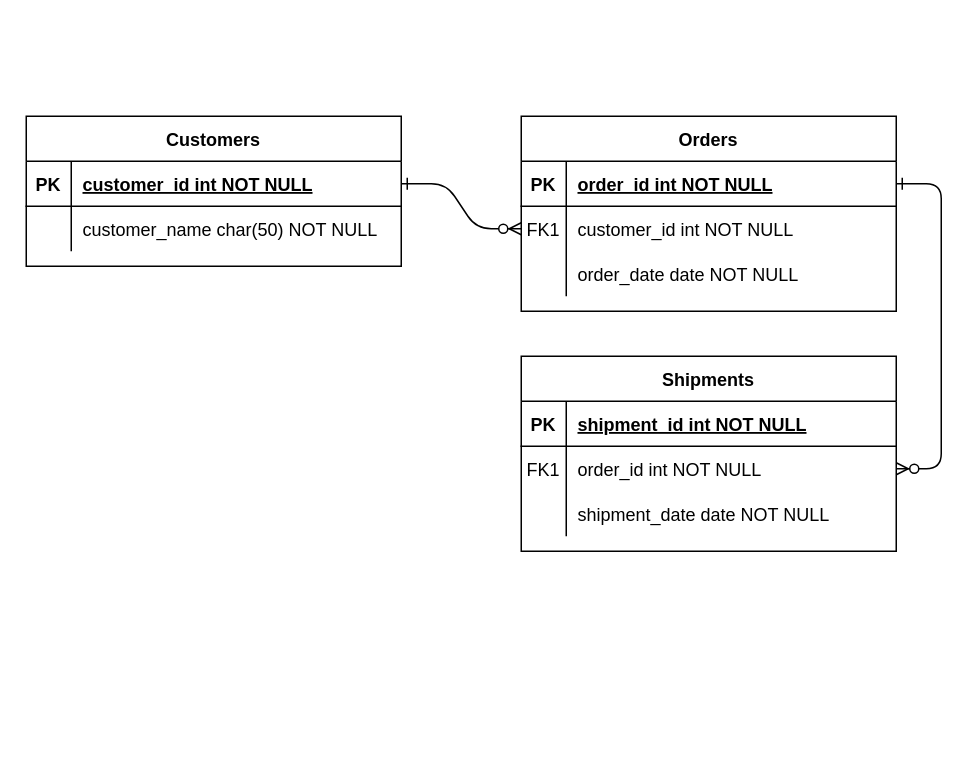
The draw.io diagram Temp/ER_diagram.drawio in namyoungjun96/3rd_party_login, before the edit. Source tidied: cells renumbered, new cells numbered last; positions are measured from the earlier drawing's top-left corner, leaving out a move shared by most shapes. Both pictures are drawn from the tidied source at 150%, with x=0, y=0 at pixel (26, 116).
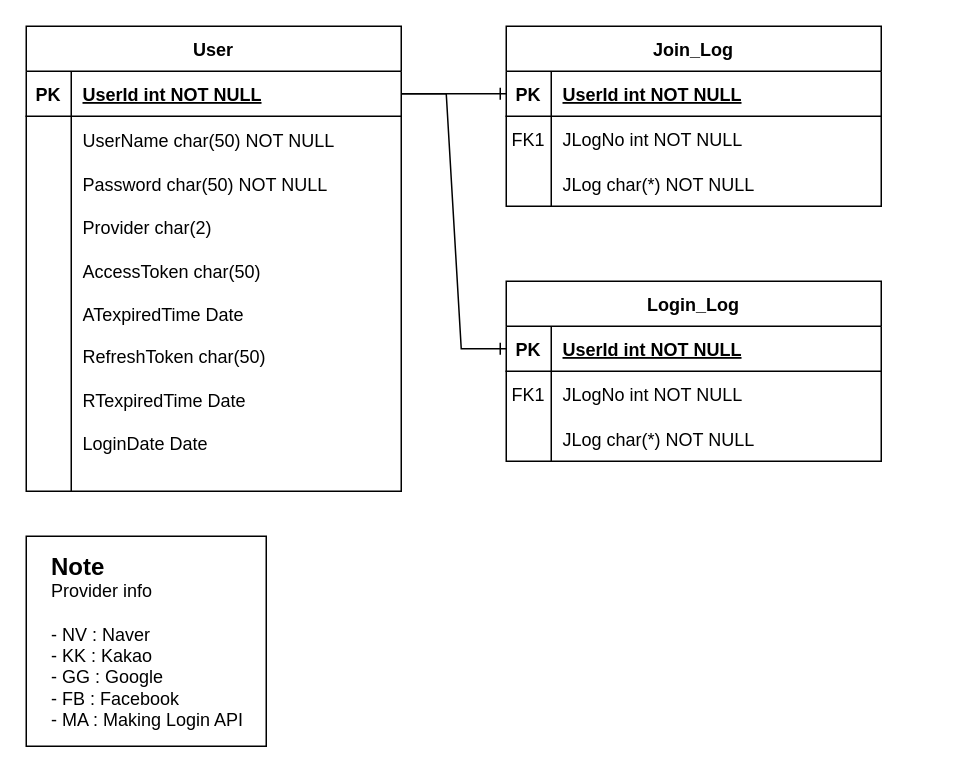
The same page after the edit.

Unchanged cells that the change refers to:
```xml
<mxCell id="5" style="shape=partialRectangle;fillColor=none;points=[[0,0.5],[1,0.5]];portConstraint=eastwest;top=0;left=0;right=0;bottom=1;" parent="4" vertex="1">
  <mxGeometry y="30" width="250" height="30" as="geometry" />
</mxCell>
<mxCell id="8" style="shape=partialRectangle;fillColor=none;points=[[0,0.5],[1,0.5]];portConstraint=eastwest;top=0;left=0;right=0;bottom=0;" parent="4" vertex="1">
  <mxGeometry y="60" width="250" height="30" as="geometry" />
</mxCell>
<mxCell id="11" style="shape=partialRectangle;fillColor=none;top=0;left=0;right=0;bottom=0;" parent="4" vertex="1">
  <mxGeometry y="90" width="250" height="30" as="geometry" />
</mxCell>
<mxCell id="25" style="shape=partialRectangle;fillColor=none;points=[[0,0.5],[1,0.5]];portConstraint=eastwest;top=0;left=0;right=0;bottom=1;" parent="24" vertex="1">
  <mxGeometry y="30" width="250" height="30" as="geometry" />
</mxCell>
```

What changed in the source:
```diff
@@
-    <mxCell id="2" style="edgeStyle=entityRelationEdgeStyle;endArrow=ERzeroToMany;startArrow=ERone;endFill=1;startFill=0;" parent="1" edge="1" source="25" target="8">
-      <mxGeometry relative="1" as="geometry" />
-    </mxCell>
-    <mxCell id="3" style="edgeStyle=entityRelationEdgeStyle;endArrow=ERzeroToMany;startArrow=ERone;endFill=1;startFill=0;" parent="1" edge="1" source="5" target="18">
-      <mxGeometry relative="1" as="geometry" />
-    </mxCell>
-    <mxCell id="4" value="Orders" style="shape=table;startSize=30;childLayout=tableLayout;rowLines=0;fontStyle=1;align=center;" parent="1" vertex="1">
-      <mxGeometry x="330" width="250" height="130" as="geometry" />
+    <mxCell id="4" value="Join_Log" style="shape=table;startSize=30;childLayout=tableLayout;rowLines=0;fontStyle=1;align=center;" parent="1" vertex="1">
+      <mxGeometry x="320" y="-60" width="250" height="120" as="geometry" />
     </mxCell>
@@
-    <mxCell id="7" value="order_id int NOT NULL " style="shape=partialRectangle;overflow=hidden;fillColor=none;top=0;left=0;bottom=0;right=0;align=left;spacingLeft=6;fontStyle=5;" parent="5" vertex="1">
+    <mxCell id="7" value="UserId int NOT NULL " style="shape=partialRectangle;overflow=hidden;fillColor=none;top=0;left=0;bottom=0;right=0;align=left;spacingLeft=6;fontStyle=5;" parent="5" vertex="1">
       <mxGeometry x="30" width="220" height="30" as="geometry" />
     </mxCell>
@@
-    <mxCell id="10" value="customer_id int NOT NULL" style="shape=partialRectangle;overflow=hidden;fillColor=none;top=0;left=0;bottom=0;right=0;align=left;spacingLeft=6;" parent="8" vertex="1">
+    <mxCell id="10" value="JLogNo int NOT NULL" style="shape=partialRectangle;overflow=hidden;fillColor=none;top=0;left=0;bottom=0;right=0;align=left;spacingLeft=6;" parent="8" vertex="1">
       <mxGeometry x="30" width="220" height="30" as="geometry" />
     </mxCell>
@@
-    <mxCell id="13" value="order_date date NOT NULL" style="shape=partialRectangle;overflow=hidden;fillColor=none;top=0;left=0;bottom=0;right=0;align=left;spacingLeft=6;" parent="11" vertex="1">
+    <mxCell id="13" value="JLog char(*) NOT NULL" style="shape=partialRectangle;overflow=hidden;fillColor=none;top=0;left=0;bottom=0;right=0;align=left;spacingLeft=6;fontStyle=0;" parent="11" vertex="1">
       <mxGeometry x="30" width="220" height="30" as="geometry" />
     </mxCell>
-    <mxCell id="14" value="Shipments" style="shape=table;startSize=30;childLayout=tableLayout;rowLines=0;fontStyle=1;align=center;" parent="1" vertex="1">
-      <mxGeometry x="330" y="160" width="250" height="130" as="geometry" />
-    </mxCell>
-    <mxCell id="15" style="shape=partialRectangle;fillColor=none;points=[[0,0.5],[1,0.5]];portConstraint=eastwest;top=0;left=0;right=0;bottom=1;" parent="14" vertex="1">
-      <mxGeometry y="30" width="250" height="30" as="geometry" />
-    </mxCell>
-    <mxCell id="16" value="PK" style="shape=partialRectangle;overflow=hidden;fillColor=none;top=0;left=0;bottom=0;right=0;fontStyle=1;" parent="15" vertex="1">
-      <mxGeometry width="30" height="30" as="geometry" />
-    </mxCell>
-    <mxCell id="17" value="shipment_id int NOT NULL " style="shape=partialRectangle;overflow=hidden;fillColor=none;top=0;left=0;bottom=0;right=0;align=left;spacingLeft=6;fontStyle=5;" parent="15" vertex="1">
-      <mxGeometry x="30" width="220" height="30" as="geometry" />
-    </mxCell>
-    <mxCell id="18" style="shape=partialRectangle;fillColor=none;points=[[0,0.5],[1,0.5]];portConstraint=eastwest;top=0;left=0;right=0;bottom=0;" parent="14" vertex="1">
-      <mxGeometry y="60" width="250" height="30" as="geometry" />
-    </mxCell>
-    <mxCell id="19" value="FK1" style="shape=partialRectangle;overflow=hidden;fillColor=none;top=0;left=0;bottom=0;right=0;" parent="18" vertex="1">
-      <mxGeometry width="30" height="30" as="geometry" />
-    </mxCell>
-    <mxCell id="20" value="order_id int NOT NULL" style="shape=partialRectangle;overflow=hidden;fillColor=none;top=0;left=0;bottom=0;right=0;align=left;spacingLeft=6;" parent="18" vertex="1">
-      <mxGeometry x="30" width="220" height="30" as="geometry" />
-    </mxCell>
-    <mxCell id="21" style="shape=partialRectangle;fillColor=none;top=0;left=0;right=0;bottom=0;" parent="14" vertex="1">
-      <mxGeometry y="90" width="250" height="30" as="geometry" />
-    </mxCell>
-    <mxCell id="22" style="shape=partialRectangle;overflow=hidden;fillColor=none;top=0;left=0;bottom=0;right=0;" parent="21" vertex="1">
-      <mxGeometry width="30" height="30" as="geometry" />
-    </mxCell>
-    <mxCell id="23" value="shipment_date date NOT NULL" style="shape=partialRectangle;overflow=hidden;fillColor=none;top=0;left=0;bottom=0;right=0;align=left;spacingLeft=6;" parent="21" vertex="1">
-      <mxGeometry x="30" width="220" height="30" as="geometry" />
-    </mxCell>
-    <mxCell id="24" value="Customers" style="shape=table;startSize=30;childLayout=tableLayout;rowLines=0;fontStyle=1;align=center;" parent="1" vertex="1">
-      <mxGeometry width="250" height="100" as="geometry" />
+    <mxCell id="24" value="User" style="shape=table;startSize=30;childLayout=tableLayout;rowLines=0;fontStyle=1;align=center;" parent="1" vertex="1">
+      <mxGeometry y="-60" width="250" height="310" as="geometry" />
     </mxCell>
@@
-    <mxCell id="27" value="customer_id int NOT NULL " style="shape=partialRectangle;overflow=hidden;fillColor=none;top=0;left=0;bottom=0;right=0;align=left;spacingLeft=6;fontStyle=5;" parent="25" vertex="1">
+    <mxCell id="27" value="UserId int NOT NULL " style="shape=partialRectangle;overflow=hidden;fillColor=none;top=0;left=0;bottom=0;right=0;align=left;spacingLeft=6;fontStyle=5;" parent="25" vertex="1">
       <mxGeometry x="30" width="220" height="30" as="geometry" />
     </mxCell>
     <mxCell id="28" style="shape=partialRectangle;fillColor=none;top=0;left=0;right=0;bottom=0;" parent="24" vertex="1">
-      <mxGeometry y="60" width="250" height="30" as="geometry" />
+      <mxGeometry y="60" width="250" height="250" as="geometry" />
     </mxCell>
     <mxCell id="29" style="shape=partialRectangle;overflow=hidden;fillColor=none;top=0;left=0;bottom=0;right=0;" parent="28" vertex="1">
-      <mxGeometry width="30" height="30" as="geometry" />
+      <mxGeometry width="30" height="250" as="geometry" />
     </mxCell>
-    <mxCell id="30" value="customer_name char(50) NOT NULL" style="shape=partialRectangle;overflow=hidden;fillColor=none;top=0;left=0;bottom=0;right=0;align=left;spacingLeft=6;" parent="28" vertex="1">
-      <mxGeometry x="30" width="220" height="30" as="geometry" />
+    <mxCell id="30" value="UserName char(50) NOT NULL&#10;&#10;Password char(50) NOT NULL&#10;&#10;Provider char(2) &#10;&#10;AccessToken char(50) &#10;&#10;ATexpiredTime Date &#10;&#10;RefreshToken char(50) &#10;&#10;RTexpiredTime Date &#10;&#10;LoginDate Date &#10;" style="shape=partialRectangle;overflow=hidden;fillColor=none;top=0;left=0;bottom=0;right=0;align=left;spacingLeft=6;spacingBottom=0;verticalAlign=middle;whiteSpace=wrap;" parent="28" vertex="1">
+      <mxGeometry x="30" width="220" height="250" as="geometry" />
     </mxCell>
+    <mxCell id="31" value="Login_Log" style="shape=table;startSize=30;childLayout=tableLayout;rowLines=0;fontStyle=1;align=center;" parent="1" vertex="1">
+      <mxGeometry x="320" y="110" width="250" height="120" as="geometry" />
+    </mxCell>
+    <mxCell id="15" style="shape=partialRectangle;fillColor=none;points=[[0,0.5],[1,0.5]];portConstraint=eastwest;top=0;left=0;right=0;bottom=1;" parent="31" vertex="1">
+      <mxGeometry y="30" width="250" height="30" as="geometry" />
+    </mxCell>
+    <mxCell id="16" value="PK" style="shape=partialRectangle;overflow=hidden;fillColor=none;top=0;left=0;bottom=0;right=0;fontStyle=1;" parent="15" vertex="1">
+      <mxGeometry width="30" height="30" as="geometry" />
+    </mxCell>
+    <mxCell id="32" value="UserId int NOT NULL " style="shape=partialRectangle;overflow=hidden;fillColor=none;top=0;left=0;bottom=0;right=0;align=left;spacingLeft=6;fontStyle=5;" parent="15" vertex="1">
+      <mxGeometry x="30" width="220" height="30" as="geometry" />
+    </mxCell>
+    <mxCell id="18" style="shape=partialRectangle;fillColor=none;points=[[0,0.5],[1,0.5]];portConstraint=eastwest;top=0;left=0;right=0;bottom=0;" parent="31" vertex="1">
+      <mxGeometry y="60" width="250" height="30" as="geometry" />
+    </mxCell>
+    <mxCell id="19" value="FK1" style="shape=partialRectangle;overflow=hidden;fillColor=none;top=0;left=0;bottom=0;right=0;" parent="18" vertex="1">
+      <mxGeometry width="30" height="30" as="geometry" />
+    </mxCell>
+    <mxCell id="33" value="JLogNo int NOT NULL" style="shape=partialRectangle;overflow=hidden;fillColor=none;top=0;left=0;bottom=0;right=0;align=left;spacingLeft=6;" parent="18" vertex="1">
+      <mxGeometry x="30" width="220" height="30" as="geometry" />
+    </mxCell>
+    <mxCell id="21" style="shape=partialRectangle;fillColor=none;top=0;left=0;right=0;bottom=0;" parent="31" vertex="1">
+      <mxGeometry y="90" width="250" height="30" as="geometry" />
+    </mxCell>
+    <mxCell id="22" style="shape=partialRectangle;overflow=hidden;fillColor=none;top=0;left=0;bottom=0;right=0;" parent="21" vertex="1">
+      <mxGeometry width="30" height="30" as="geometry" />
+    </mxCell>
+    <mxCell id="34" value="JLog char(*) NOT NULL" style="shape=partialRectangle;overflow=hidden;fillColor=none;top=0;left=0;bottom=0;right=0;align=left;spacingLeft=6;fontStyle=0;" parent="21" vertex="1">
+      <mxGeometry x="30" width="220" height="30" as="geometry" />
+    </mxCell>
+    <mxCell id="35" style="edgeStyle=entityRelationEdgeStyle;fontSize=12;html=1;endArrow=ERone;endFill=1;rounded=0;entryX=0;entryY=0.5;entryDx=0;entryDy=0;" parent="1" edge="1" target="5">
+      <mxGeometry relative="1" as="geometry">
+        <mxPoint x="250" y="-15" as="sourcePoint" />
+      </mxGeometry>
+    </mxCell>
+    <mxCell id="36" style="edgeStyle=entityRelationEdgeStyle;fontSize=12;html=1;endArrow=ERone;endFill=1;rounded=0;exitX=1;exitY=0.5;exitDx=0;exitDy=0;entryX=0;entryY=0.5;entryDx=0;entryDy=0;" parent="1" edge="1" source="25" target="15">
+      <mxGeometry relative="1" as="geometry" />
+    </mxCell>
+    <mxCell id="37" value="&lt;blockquote style=&quot;margin: 0 0 0 40px; border: none; padding: 0px;&quot;&gt;&lt;/blockquote&gt;&lt;b style=&quot;background-color: initial;&quot;&gt;&lt;font style=&quot;font-size: 16px;&quot;&gt;Note&lt;/font&gt;&lt;/b&gt;&lt;br&gt;Provider info&lt;br&gt;&lt;br&gt;&lt;blockquote style=&quot;margin: 0 0 0 40px; border: none; padding: 0px;&quot;&gt;&lt;/blockquote&gt;&lt;span style=&quot;background-color: initial;&quot;&gt;- NV : Naver&lt;/span&gt;&lt;br&gt;&lt;blockquote style=&quot;margin: 0 0 0 40px; border: none; padding: 0px;&quot;&gt;&lt;/blockquote&gt;&lt;span style=&quot;background-color: initial;&quot;&gt;- KK : Kakao&lt;/span&gt;&lt;br&gt;&lt;blockquote style=&quot;margin: 0 0 0 40px; border: none; padding: 0px;&quot;&gt;&lt;/blockquote&gt;&lt;span style=&quot;background-color: initial;&quot;&gt;- GG : Google&lt;/span&gt;&lt;br&gt;&lt;blockquote style=&quot;margin: 0 0 0 40px; border: none; padding: 0px;&quot;&gt;&lt;/blockquote&gt;&lt;span style=&quot;background-color: initial;&quot;&gt;- FB : Facebook&lt;/span&gt;&lt;br&gt;- MA : Making Login API" style="shape=note;size=0;whiteSpace=wrap;html=1;align=left;spacingLeft=15;" parent="1" vertex="1">
+      <mxGeometry y="280" width="160" height="140" as="geometry" />
+    </mxCell>
```
